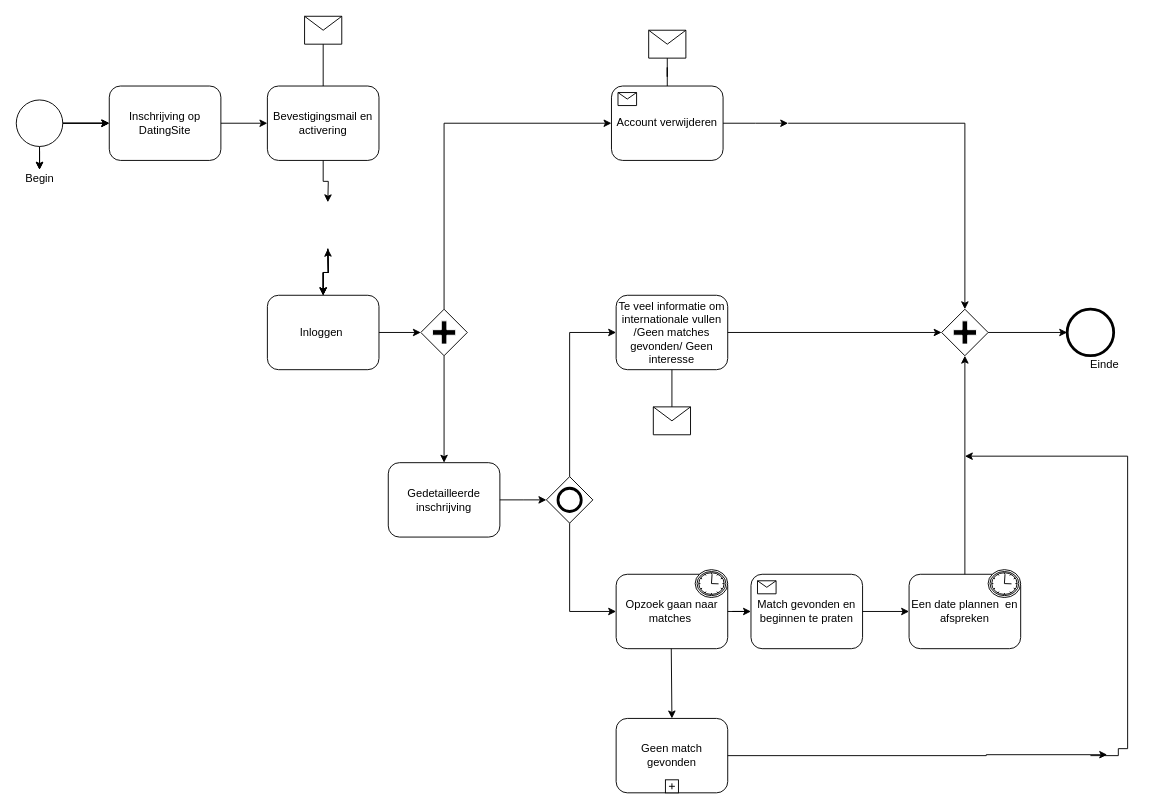
This is Untitled Diagram.drawio from mukau1995/IT-case, a draw.io file, before an edit. Source tidied: cells renumbered, new cells numbered last; positions are measured from the earlier drawing's top-left corner, leaving out a move shared by most shapes. Both pictures are drawn from the tidied source at 93%, with x=0, y=0 at pixel (16, 16).
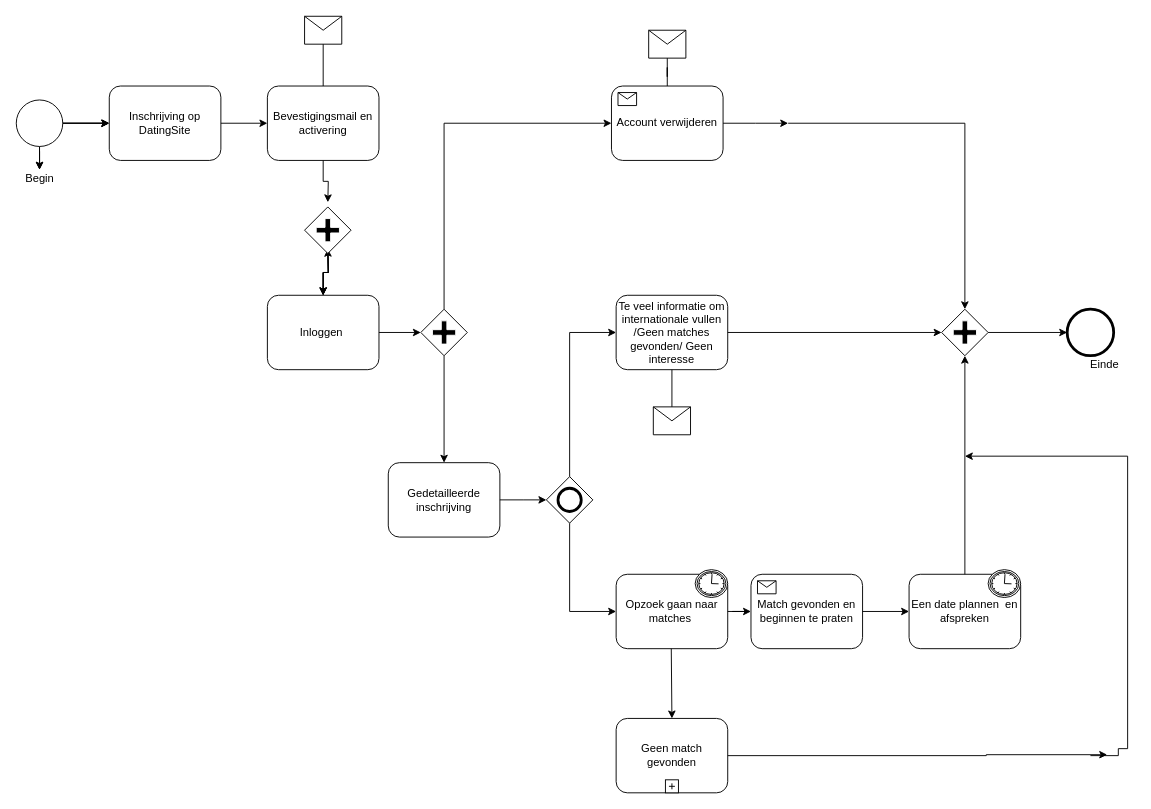
Above is the later version.

The edit, as a diff of the source:
```diff
@@
+    <mxCell id="57" style="shape=mxgraph.bpmn.shape;html=1;verticalLabelPosition=bottom;labelBackgroundColor=#ffffff;verticalAlign=top;perimeter=rhombusPerimeter;background=gateway;outline=none;symbol=parallelGw;" parent="1" vertex="1">
+      <mxGeometry x="310" y="205" width="50" height="50" as="geometry" />
+    </mxCell>
```
